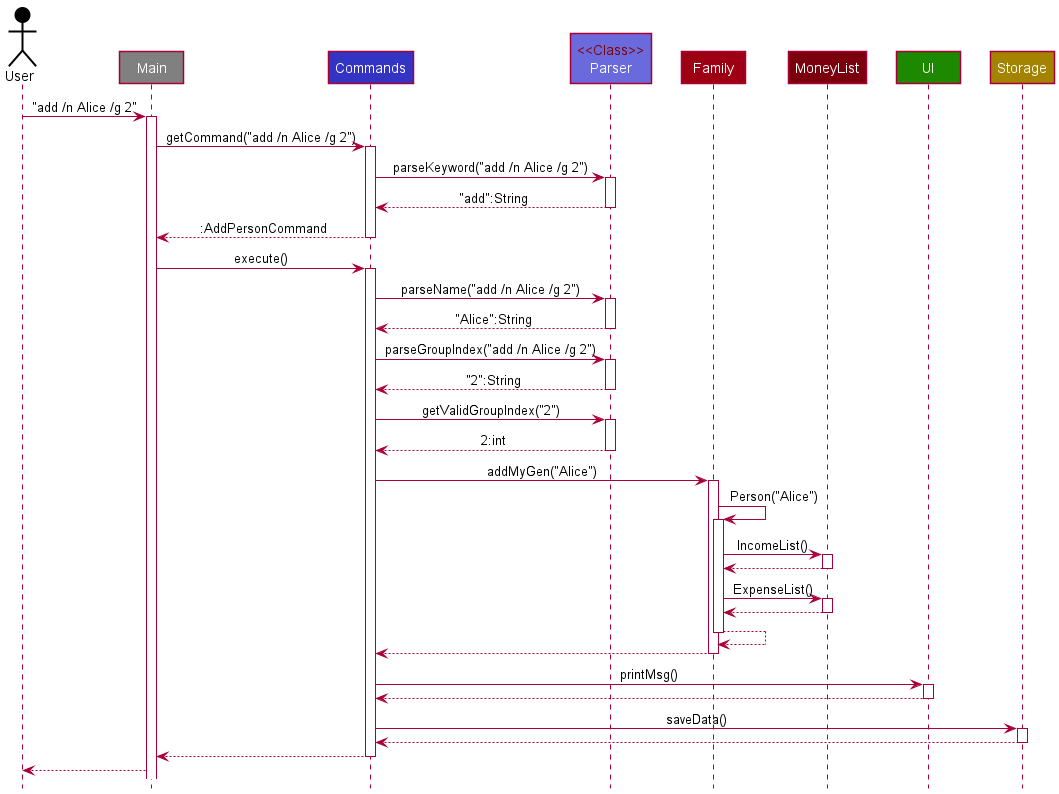
Earlier version of the PlantUML export docs/images/ArchitectureSequenceDiagram.png (nus-cs2113-AY2122S2/tp). The source it was exported from:
```plantuml
@startuml
!include style.puml

Actor User USER_COLOR
Participant Main #grey
Participant Commands LOGIC_COLOR
Participant "<color:maroon><<Class>>\nParser" as Parser LOGIC_COLOR_T2
Participant Family MODEL_COLOR
Participant MoneyList MODEL_COLOR_T3
Participant UI UI_COLOR
Participant Storage STORAGE_COLOR

User -> Main : "add /n Alice /g 2"

activate Main
Main -> Commands : getCommand("add /n Alice /g 2")

activate Commands
Commands -> Parser : parseKeyword("add /n Alice /g 2")

activate Parser
Parser --> Commands : "add":String
deactivate Parser

Commands --> Main : :AddPersonCommand
deactivate Commands

Main -> Commands : execute()
activate Commands

Commands -> Parser : parseName("add /n Alice /g 2")
activate Parser
Parser --> Commands : "Alice":String
deactivate Parser

Commands -> Parser : parseGroupIndex("add /n Alice /g 2")
activate Parser
Parser --> Commands : "2":String
deactivate Parser

Commands -> Parser : getValidGroupIndex("2")
activate Parser
Parser --> Commands : 2:int
deactivate Parser

Commands -> Family : addMyGen("Alice")
activate Family

Family -> Family : Person("Alice")
activate Family

Family -> MoneyList : IncomeList()
activate MoneyList
MoneyList --> Family
deactivate MoneyList

Family -> MoneyList : ExpenseList()
activate MoneyList
MoneyList --> Family
deactivate MoneyList

Family --> Family
deactivate Family

Family --> Commands
deactivate Family

Commands -> UI : printMsg()
activate UI
UI --> Commands
deactivate UI

Commands -> Storage : saveData()
activate Storage
Storage --> Commands
deactivate Storage

Commands --> Main
deactivate Commands

Main --> User

@enduml
```
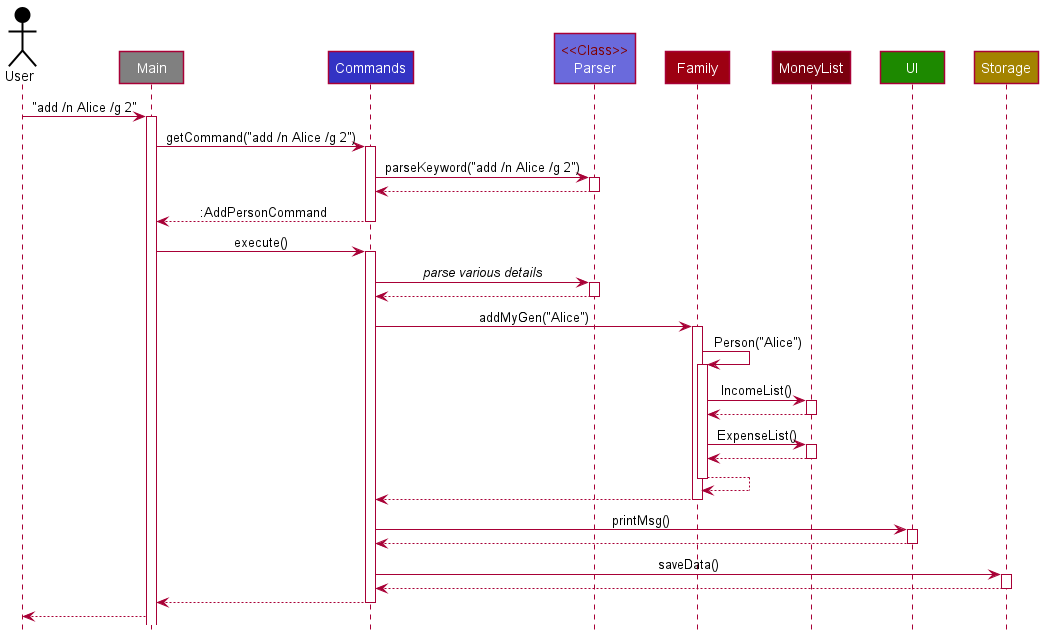
The same diagram one commit later.

Commit message:
Update ArchitectureSequenceDiagram by simplifying details

What changed in the source:
```diff
@@ -19,7 +19,7 @@
 Commands -> Parser : parseKeyword("add /n Alice /g 2")
 
 activate Parser
-Parser --> Commands : "add":String
+Parser --> Commands
 deactivate Parser
 
 Commands --> Main : :AddPersonCommand
@@ -28,19 +28,9 @@
 Main -> Commands : execute()
 activate Commands
 
-Commands -> Parser : parseName("add /n Alice /g 2")
+Commands -> Parser : //parse various details//
 activate Parser
-Parser --> Commands : "Alice":String
-deactivate Parser
-
-Commands -> Parser : parseGroupIndex("add /n Alice /g 2")
-activate Parser
-Parser --> Commands : "2":String
-deactivate Parser
-
-Commands -> Parser : getValidGroupIndex("2")
-activate Parser
-Parser --> Commands : 2:int
+Parser --> Commands
 deactivate Parser
 
 Commands -> Family : addMyGen("Alice")
```
